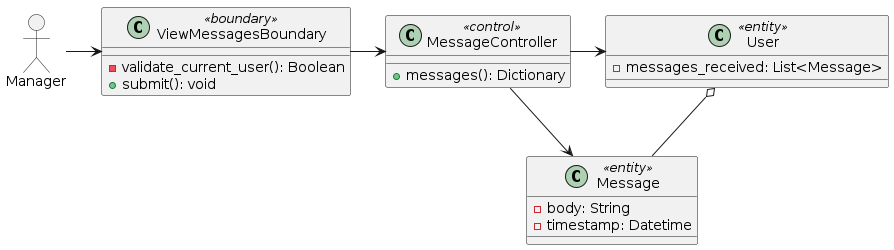
The PlantUML diagram docs/UML/Class Diagrams/view-messages.png in LapTQ/MCT, before a commit. Source of this version:
```plantuml
@startuml

allowmixing

actor Manager

class ViewMessagesBoundary <<boundary>> {

    - validate_current_user(): Boolean
    + submit(): void
}

class MessageController <<control>> {

    + messages(): Dictionary
}

class User <<entity>> {
    - messages_received: List<Message>
}

class Message <<entity>> {
    - body: String
    - timestamp: Datetime
}

Manager -> ViewMessagesBoundary
ViewMessagesBoundary -right-> MessageController
MessageController -right-> User
MessageController -> Message
User o-- Message

@enduml
```
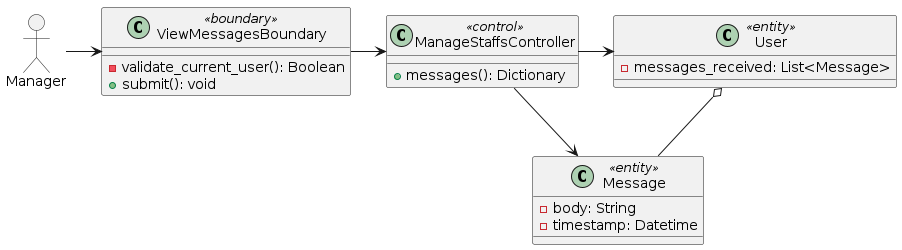
Above is the later version.

What changed in the source:
```diff
@@ -10,7 +10,7 @@
     + submit(): void
 }
 
-class MessageController <<control>> {
+class ManageStaffsController <<control>> {
 
     + messages(): Dictionary
 }
@@ -25,9 +25,9 @@
 }
 
 Manager -> ViewMessagesBoundary
-ViewMessagesBoundary -right-> MessageController
-MessageController -right-> User
-MessageController -> Message
+ViewMessagesBoundary -right-> ManageStaffsController
+ManageStaffsController -right-> User
+ManageStaffsController -> Message
 User o-- Message
 
 @enduml
```
